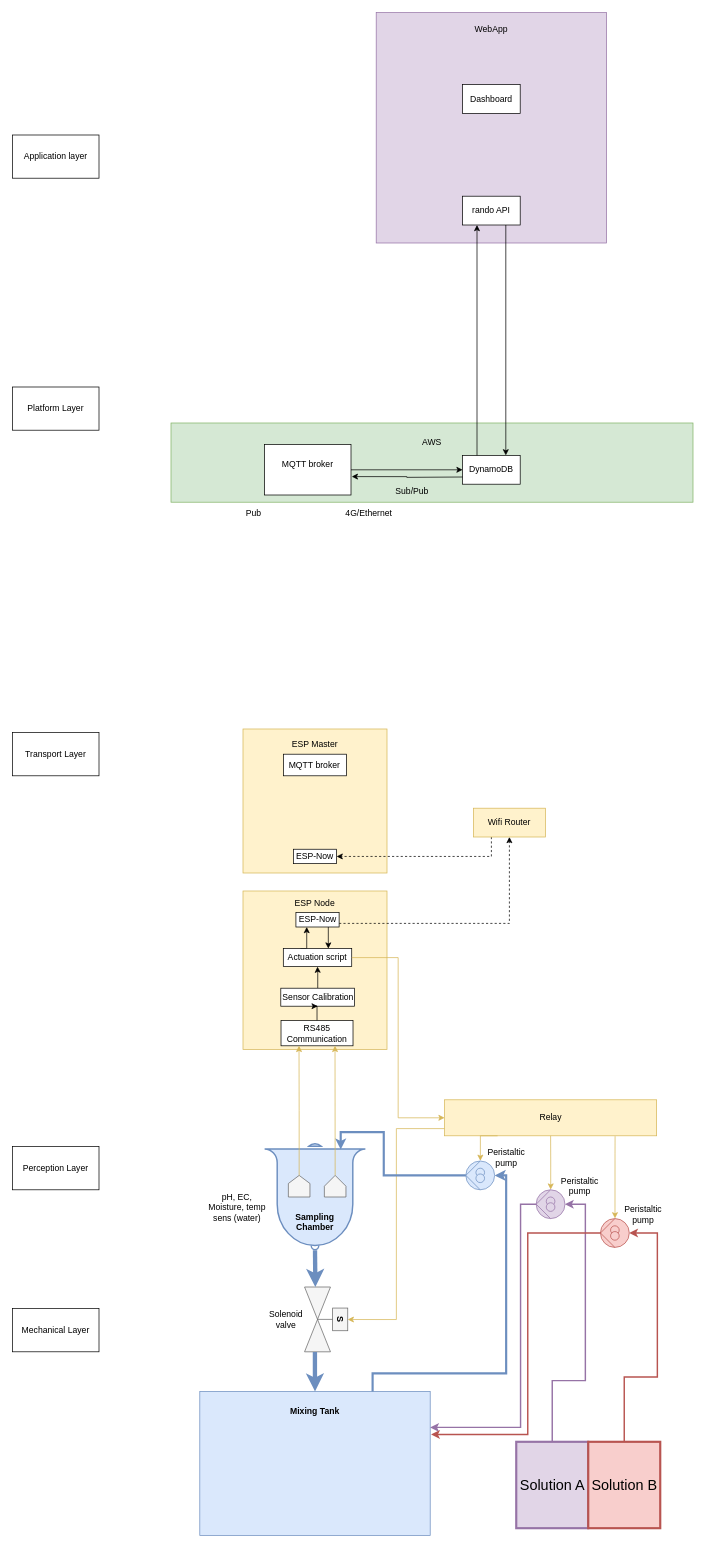
The draw.io diagram page "Overall (full system)" (3 of 10) of Diagrams/Overall system structure (For internal use).drawio in eg4301/Agritech, before the edit. Source tidied: cells renumbered, new cells numbered last; positions are measured from the earlier drawing's top-left corner, leaving out a move shared by most shapes. Both pictures are drawn from the tidied source at 72%, with x=0, y=0 at pixel (12, 12).
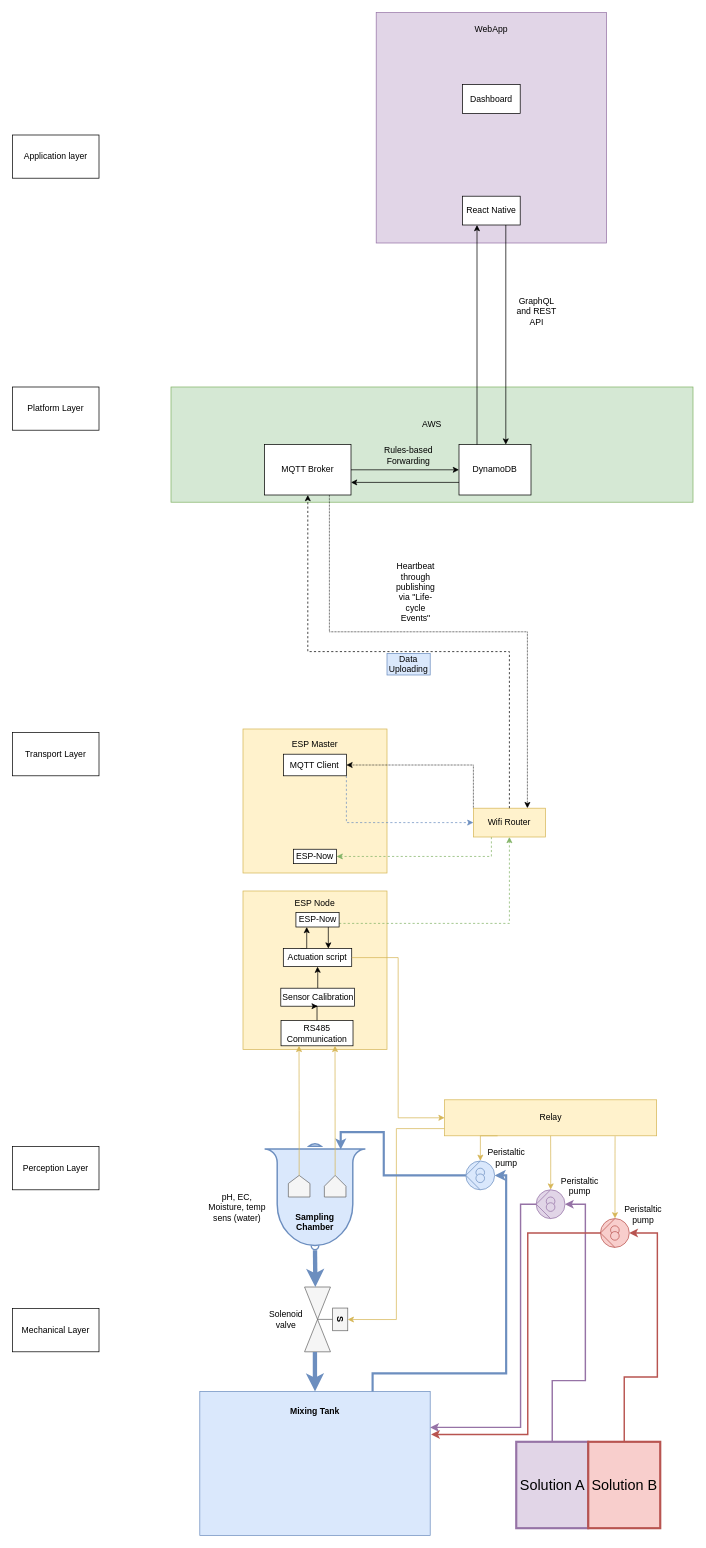
The same diagram, later.

The change refers to these unchanged cells:
```xml
<mxCell id="58" value="Wifi Router" style="rounded=0;whiteSpace=wrap;html=1;fillColor=#fff2cc;strokeColor=#d6b656;" parent="1" vertex="1">
  <mxGeometry x="640" y="1105" width="100" height="40" as="geometry" />
</mxCell>
<mxCell id="59" value="ESP-Now" style="rounded=0;whiteSpace=wrap;html=1;fillStyle=solid;gradientDirection=north;strokeWidth=1;" parent="1" vertex="1">
  <mxGeometry x="390" y="1162" width="60" height="20" as="geometry" />
</mxCell>
<mxCell id="60" value="ESP-Now" style="rounded=0;whiteSpace=wrap;html=1;fillStyle=solid;gradientDirection=north;strokeWidth=1;" parent="1" vertex="1">
  <mxGeometry x="393.5" y="1250" width="60" height="20" as="geometry" />
</mxCell>
```

The edit, as a diff of the source:
```diff
@@
     <mxCell id="7" value="AWS&lt;br&gt;&lt;br&gt;&lt;br&gt;&lt;br&gt;&lt;br&gt;" style="whiteSpace=wrap;html=1;rounded=0;fillColor=#d5e8d4;strokeColor=#82b366;" parent="1" vertex="1">
-      <mxGeometry x="220" y="570" width="725" height="110" as="geometry" />
+      <mxGeometry x="220" y="520" width="725" height="160" as="geometry" />
     </mxCell>
+    <mxCell id="67" style="edgeStyle=orthogonalEdgeStyle;rounded=0;jettySize=auto;html=1;exitX=0.75;exitY=1;exitDx=0;exitDy=0;entryX=0.75;entryY=0;entryDx=0;entryDy=0;dashed=1;dashPattern=1 1;" parent="1" edge="1" source="8" target="58">
+      <mxGeometry relative="1" as="geometry">
+        <Array as="points">
+          <mxPoint x="440" y="860" />
+          <mxPoint x="715" y="860" />
+        </Array>
+      </mxGeometry>
+    </mxCell>
-    <mxCell id="8" value="MQTT broker&lt;br&gt;&lt;br&gt;" style="rounded=0;whiteSpace=wrap;html=1;" parent="1" vertex="1">
+    <mxCell id="8" value="MQTT Broker" style="rounded=0;whiteSpace=wrap;html=1;" parent="1" vertex="1">
       <mxGeometry x="350" y="600" width="120" height="70" as="geometry" />
     </mxCell>
@@
     <mxCell id="10" value="DynamoDB" style="rounded=0;whiteSpace=wrap;html=1;" parent="1" vertex="1">
-      <mxGeometry x="625" y="615" width="80" height="40" as="geometry" />
+      <mxGeometry x="620" y="600" width="100" height="70" as="geometry" />
     </mxCell>
-    <mxCell id="11" value="4G/Ethernet" style="text;html=1;strokeColor=none;fillColor=none;align=center;verticalAlign=middle;whiteSpace=wrap;rounded=0;" parent="1" vertex="1">
-      <mxGeometry x="465" y="680" width="60" height="30" as="geometry" />
+    <mxCell id="11" value="Heartbeat through publishing via &quot;Life-cycle Events&quot;" style="text;html=1;strokeColor=none;fillColor=none;align=center;verticalAlign=middle;whiteSpace=wrap;rounded=0;" parent="1" vertex="1">
+      <mxGeometry x="530" y="790" width="60" height="30" as="geometry" />
     </mxCell>
-    <mxCell id="12" value="Pub" style="text;html=1;strokeColor=none;fillColor=none;align=center;verticalAlign=middle;whiteSpace=wrap;rounded=0;" parent="1" vertex="1">
-      <mxGeometry x="305" y="680" width="60" height="30" as="geometry" />
-    </mxCell>
@@
-    <mxCell id="15" value="Sub/Pub" style="text;html=1;strokeColor=none;fillColor=none;align=center;verticalAlign=middle;whiteSpace=wrap;rounded=0;" parent="1" vertex="1">
-      <mxGeometry x="525" y="650" width="60" height="30" as="geometry" />
+    <mxCell id="15" value="Rules-based Forwarding" style="text;html=1;strokeColor=none;fillColor=none;align=center;verticalAlign=middle;whiteSpace=wrap;rounded=0;" parent="1" vertex="1">
+      <mxGeometry x="500" y="600" width="100" height="30" as="geometry" />
     </mxCell>
@@
-    <mxCell id="17" style="endArrow=classic;html=1;rounded=0;entryX=0.75;entryY=0;entryDx=0;entryDy=0;exitX=0.75;exitY=1;exitDx=0;exitDy=0;edgeStyle=orthogonalEdgeStyle;" parent="1" edge="1" source="66" target="10">
+    <mxCell id="17" style="endArrow=classic;html=1;rounded=0;entryX=0.65;entryY=0;entryDx=0;entryDy=0;exitX=0.75;exitY=1;exitDx=0;exitDy=0;edgeStyle=orthogonalEdgeStyle;entryPerimeter=0;" parent="1" edge="1" source="66" target="10">
       <mxGeometry relative="1" as="geometry" />
     </mxCell>
-    <mxCell id="18" style="endArrow=classic;html=1;rounded=0;entryX=1.009;entryY=0.635;entryDx=0;entryDy=0;entryPerimeter=0;edgeStyle=orthogonalEdgeStyle;" parent="1" edge="1" target="8">
-      <mxGeometry relative="1" as="geometry">
-        <mxPoint x="625" y="645" as="sourcePoint" />
-      </mxGeometry>
+    <mxCell id="18" style="endArrow=classic;html=1;rounded=0;edgeStyle=orthogonalEdgeStyle;entryX=1;entryY=0.75;entryDx=0;entryDy=0;exitX=0;exitY=0.75;exitDx=0;exitDy=0;" parent="1" edge="1" source="10" target="8">
+      <mxGeometry relative="1" as="geometry" />
     </mxCell>
@@
-    <mxCell id="55" style="edgeStyle=orthogonalEdgeStyle;rounded=0;jettySize=auto;html=1;entryX=0.5;entryY=1;entryDx=0;entryDy=0;exitX=1;exitY=0.75;exitDx=0;exitDy=0;dashed=1;strokeColor=#000000;" parent="1" edge="1" source="60" target="58">
+    <mxCell id="55" style="edgeStyle=orthogonalEdgeStyle;rounded=0;jettySize=auto;html=1;entryX=0.5;entryY=1;entryDx=0;entryDy=0;exitX=1;exitY=0.75;exitDx=0;exitDy=0;dashed=1;strokeColor=#82b366;fillColor=#d5e8d4;" parent="1" edge="1" source="60" target="58">
       <mxGeometry relative="1" as="geometry" />
     </mxCell>
@@
-    <mxCell id="57" style="edgeStyle=orthogonalEdgeStyle;rounded=0;jettySize=auto;html=1;entryX=1;entryY=0.5;entryDx=0;entryDy=0;exitX=0.25;exitY=1;exitDx=0;exitDy=0;dashed=1;strokeColor=#000000;" parent="1" edge="1" source="58" target="59">
+    <mxCell id="57" style="edgeStyle=orthogonalEdgeStyle;rounded=0;jettySize=auto;html=1;entryX=1;entryY=0.5;entryDx=0;entryDy=0;exitX=0.25;exitY=1;exitDx=0;exitDy=0;dashed=1;strokeColor=#82b366;fillColor=#d5e8d4;" parent="1" edge="1" source="58" target="59">
       <mxGeometry relative="1" as="geometry" />
     </mxCell>
+    <mxCell id="68" style="edgeStyle=orthogonalEdgeStyle;rounded=0;jettySize=auto;html=1;exitX=0;exitY=0;exitDx=0;exitDy=0;entryX=1;entryY=0.5;entryDx=0;entryDy=0;dashed=1;dashPattern=1 1;" parent="1" edge="1" source="58" target="65">
+      <mxGeometry relative="1" as="geometry" />
+    </mxCell>
@@
+    <mxCell id="69" style="edgeStyle=orthogonalEdgeStyle;rounded=0;jettySize=auto;html=1;exitX=1;exitY=1;exitDx=0;exitDy=0;entryX=0;entryY=0.5;entryDx=0;entryDy=0;dashed=1;fillColor=#dae8fc;strokeColor=#6c8ebf;" parent="1" edge="1" source="65" target="58">
+      <mxGeometry relative="1" as="geometry" />
+    </mxCell>
-    <mxCell id="65" value="MQTT broker" style="rounded=0;whiteSpace=wrap;html=1;" parent="1" vertex="1">
+    <mxCell id="65" value="MQTT Client" style="rounded=0;whiteSpace=wrap;html=1;" parent="1" vertex="1">
       <mxGeometry x="376.4" y="1030" width="87.2" height="30" as="geometry" />
     </mxCell>
-    <mxCell id="66" value="rando API" style="rounded=0;whiteSpace=wrap;html=1;" parent="1" vertex="1">
+    <mxCell id="66" value="React Native" style="rounded=0;whiteSpace=wrap;html=1;" parent="1" vertex="1">
       <mxGeometry x="625" y="255" width="80" height="40" as="geometry" />
     </mxCell>
+    <mxCell id="70" style="group;fillColor=#dae8fc;strokeColor=#6c8ebf;" parent="1" vertex="1">
+      <mxGeometry x="520" y="890" width="60" height="30" as="geometry" />
+    </mxCell>
+    <mxCell id="12" value="Data Uploading" style="text;html=1;strokeColor=none;fillColor=none;align=center;verticalAlign=middle;whiteSpace=wrap;rounded=0;" parent="70" vertex="1">
+      <mxGeometry width="60" height="30" as="geometry" />
+    </mxCell>
+    <mxCell id="71" style="edgeStyle=orthogonalEdgeStyle;rounded=0;jettySize=auto;html=1;exitX=0.5;exitY=0;exitDx=0;exitDy=0;entryX=0.5;entryY=1;entryDx=0;entryDy=0;dashed=1;" parent="70" edge="1" source="58" target="8">
+      <mxGeometry relative="1" as="geometry" />
+    </mxCell>
+    <mxCell id="72" value="GraphQL and REST API" style="text;html=1;strokeColor=none;fillColor=none;align=center;verticalAlign=middle;whiteSpace=wrap;rounded=0;" parent="1" vertex="1">
+      <mxGeometry x="698" y="400" width="60" height="30" as="geometry" />
+    </mxCell>
```
